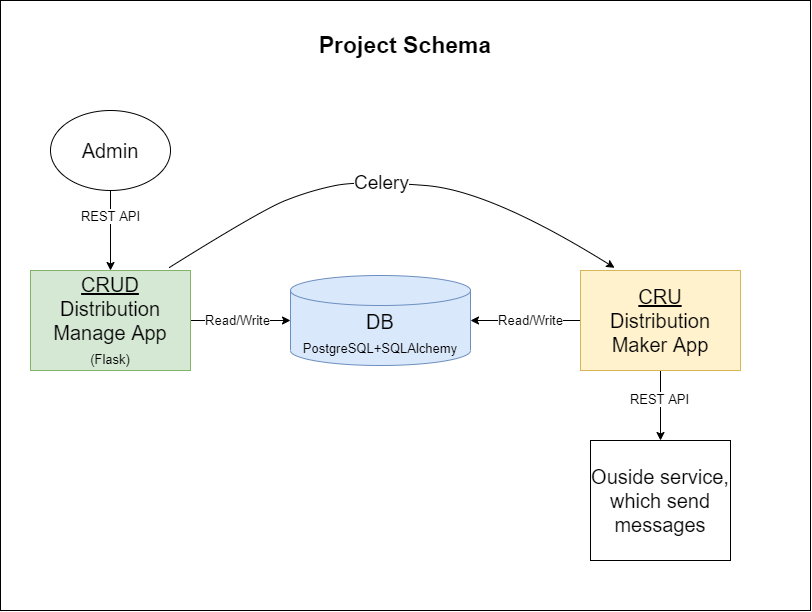
Above: assets/fabrique-project-schema.png in Ilnur786/fabrica-test (draw.io), before the change. Source tidied: cells renumbered, new cells last; positions are measured from the earlier drawing's top-left corner, leaving out a move shared by most shapes. Source of this version:
```xml
<mxGraphModel>
  <root>
    <mxCell id="0" />
    <mxCell id="1" parent="0" />
    <mxCell id="2" style="rounded=0;whiteSpace=wrap;html=1;fontSize=19;fillColor=none;" parent="1" vertex="1">
      <mxGeometry width="810" height="610" as="geometry" />
    </mxCell>
    <mxCell id="3" value="&lt;font style=&quot;font-size: 23px;&quot;&gt;&lt;b&gt;Project Schema&lt;/b&gt;&lt;/font&gt;" style="text;html=1;strokeColor=none;fillColor=none;align=center;verticalAlign=middle;whiteSpace=wrap;rounded=0;" parent="1" vertex="1">
      <mxGeometry x="305" y="30" width="200" height="30" as="geometry" />
    </mxCell>
    <mxCell id="4" style="edgeStyle=orthogonalEdgeStyle;rounded=0;jettySize=auto;html=1;entryX=0;entryY=0.5;entryDx=0;entryDy=0;entryPerimeter=0;fontSize=13;" parent="1" edge="1" source="6" target="10">
      <mxGeometry relative="1" as="geometry" />
    </mxCell>
    <mxCell id="5" value="Read/Write" style="edgeLabel;html=1;align=center;verticalAlign=middle;fontSize=13;" parent="4" vertex="1">
      <mxGeometry x="-0.21" relative="1" as="geometry">
        <mxPoint x="7" as="offset" />
      </mxGeometry>
    </mxCell>
    <mxCell id="6" value="&lt;u&gt;CRUD&lt;/u&gt;&lt;br&gt;Distribution Manage App&lt;br&gt;&lt;font style=&quot;font-size: 13px;&quot;&gt;(Flask)&lt;/font&gt;" style="rounded=0;whiteSpace=wrap;html=1;fontSize=20;fillColor=#d5e8d4;strokeColor=#82b366;" parent="1" vertex="1">
      <mxGeometry x="30" y="270" width="160" height="100" as="geometry" />
    </mxCell>
    <mxCell id="7" style="edgeStyle=orthogonalEdgeStyle;rounded=0;jettySize=auto;html=1;fontSize=20;" parent="1" edge="1" source="9" target="6">
      <mxGeometry relative="1" as="geometry">
        <Array as="points">
          <mxPoint x="150" y="170" />
        </Array>
      </mxGeometry>
    </mxCell>
    <mxCell id="8" value="REST API" style="edgeLabel;html=1;align=center;verticalAlign=middle;fontSize=13;" parent="7" vertex="1">
      <mxGeometry x="-0.36" relative="1" as="geometry" />
    </mxCell>
    <mxCell id="9" value="Admin" style="ellipse;whiteSpace=wrap;html=1;fontSize=20;" parent="1" vertex="1">
      <mxGeometry x="50" y="110" width="120" height="80" as="geometry" />
    </mxCell>
    <mxCell id="10" value="DB&lt;br&gt;&lt;font style=&quot;font-size: 13px;&quot;&gt;PostgreSQL+SQLAlchemy&lt;/font&gt;" style="shape=cylinder3;whiteSpace=wrap;html=1;boundedLbl=1;backgroundOutline=1;size=15;fontSize=20;fillColor=#dae8fc;strokeColor=#6c8ebf;" parent="1" vertex="1">
      <mxGeometry x="290" y="275" width="180" height="90" as="geometry" />
    </mxCell>
    <mxCell id="11" style="edgeStyle=orthogonalEdgeStyle;rounded=0;jettySize=auto;html=1;entryX=0.5;entryY=0;entryDx=0;entryDy=0;fontSize=20;" parent="1" edge="1" source="15" target="16">
      <mxGeometry relative="1" as="geometry" />
    </mxCell>
    <mxCell id="12" value="REST API" style="edgeLabel;html=1;align=center;verticalAlign=middle;fontSize=13;" parent="11" vertex="1">
      <mxGeometry x="-0.19" y="-1" relative="1" as="geometry" />
    </mxCell>
    <mxCell id="13" style="edgeStyle=orthogonalEdgeStyle;rounded=0;jettySize=auto;html=1;fontSize=13;" parent="1" edge="1" source="15" target="10">
      <mxGeometry relative="1" as="geometry" />
    </mxCell>
    <mxCell id="14" value="Read/Write" style="edgeLabel;html=1;align=center;verticalAlign=middle;fontSize=13;" parent="13" vertex="1">
      <mxGeometry x="0.18" y="-1" relative="1" as="geometry">
        <mxPoint x="15" y="1" as="offset" />
      </mxGeometry>
    </mxCell>
    <mxCell id="15" value="&lt;u&gt;CRU&lt;/u&gt;&lt;br&gt;Distribution Maker App" style="rounded=0;whiteSpace=wrap;html=1;fontSize=20;fillColor=#fff2cc;strokeColor=#d6b656;" parent="1" vertex="1">
      <mxGeometry x="580" y="270" width="160" height="100" as="geometry" />
    </mxCell>
    <mxCell id="16" value="Ouside service, which send messages" style="rounded=0;whiteSpace=wrap;html=1;fontSize=20;" parent="1" vertex="1">
      <mxGeometry x="590" y="440" width="140" height="120" as="geometry" />
    </mxCell>
    <mxCell id="17" style="curved=1;endArrow=classic;html=1;rounded=0;fontSize=13;exitX=0.865;exitY=-0.027;exitDx=0;exitDy=0;exitPerimeter=0;entryX=0.213;entryY=-0.027;entryDx=0;entryDy=0;entryPerimeter=0;" parent="1" edge="1" source="6" target="15">
      <mxGeometry relative="1" as="geometry">
        <Array as="points">
          <mxPoint x="260" y="210" />
          <mxPoint x="310" y="190" />
          <mxPoint x="360" y="180" />
          <mxPoint x="490" y="190" />
        </Array>
      </mxGeometry>
    </mxCell>
    <mxCell id="18" value="Celery" style="edgeLabel;html=1;align=center;verticalAlign=middle;fontSize=19;" parent="17" vertex="1">
      <mxGeometry x="-0.11" y="-2" relative="1" as="geometry">
        <mxPoint x="15" as="offset" />
      </mxGeometry>
    </mxCell>
  </root>
</mxGraphModel>
```
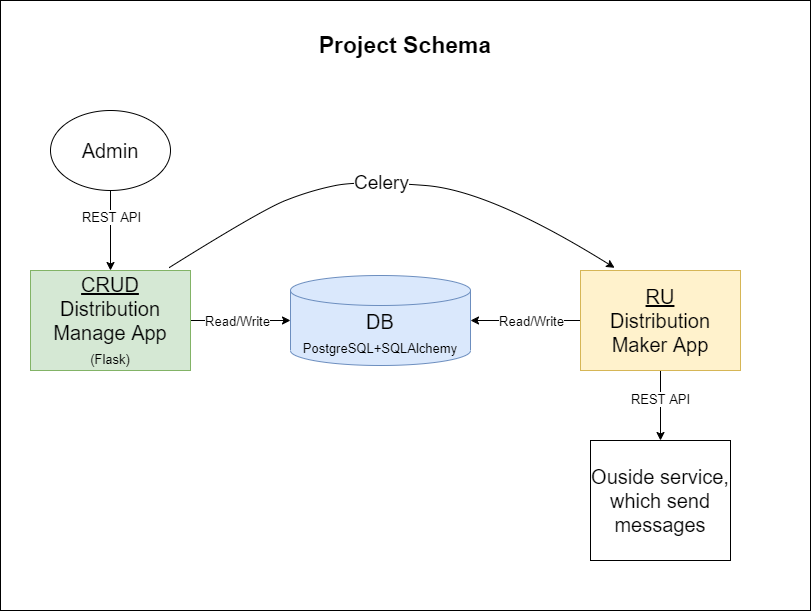
The same file after the commit.

Commit message:
Asset has been updated

What changed in the source:
```diff
@@ -49,7 +49,7 @@
         <mxPoint x="15" y="1" as="offset" />
       </mxGeometry>
     </mxCell>
-    <mxCell id="15" value="&lt;u&gt;CRU&lt;/u&gt;&lt;br&gt;Distribution Maker App" style="rounded=0;whiteSpace=wrap;html=1;fontSize=20;fillColor=#fff2cc;strokeColor=#d6b656;" parent="1" vertex="1">
+    <mxCell id="15" value="&lt;u&gt;RU&lt;/u&gt;&lt;br&gt;Distribution Maker App" style="rounded=0;whiteSpace=wrap;html=1;fontSize=20;fillColor=#fff2cc;strokeColor=#d6b656;" parent="1" vertex="1">
       <mxGeometry x="580" y="270" width="160" height="100" as="geometry" />
     </mxCell>
     <mxCell id="16" value="Ouside service, which send messages" style="rounded=0;whiteSpace=wrap;html=1;fontSize=20;" parent="1" vertex="1">
```
